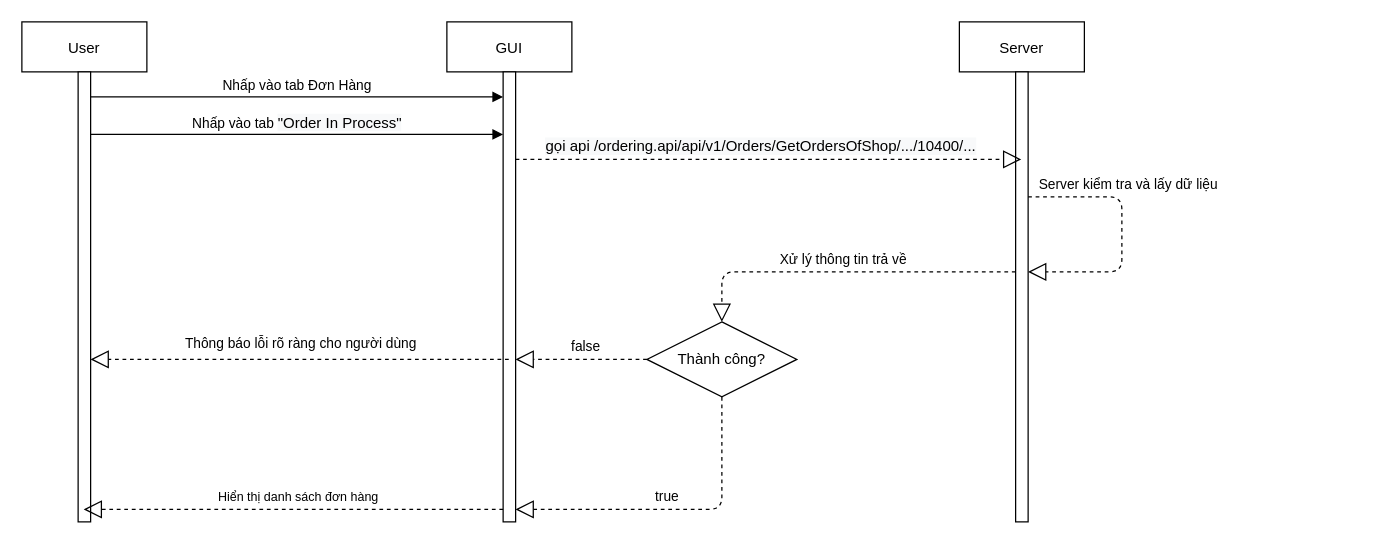
The draw.io diagram page "Order tabs" (2 of 4) of OrderManagement Diagram.drawio in Alars99/diagram, before the edit. Source tidied: cells renumbered, new cells numbered last; positions are measured from the earlier drawing's top-left corner, leaving out a move shared by most shapes. Both pictures are drawn from the tidied source at 125%, with x=0, y=0 at pixel (21, 21).
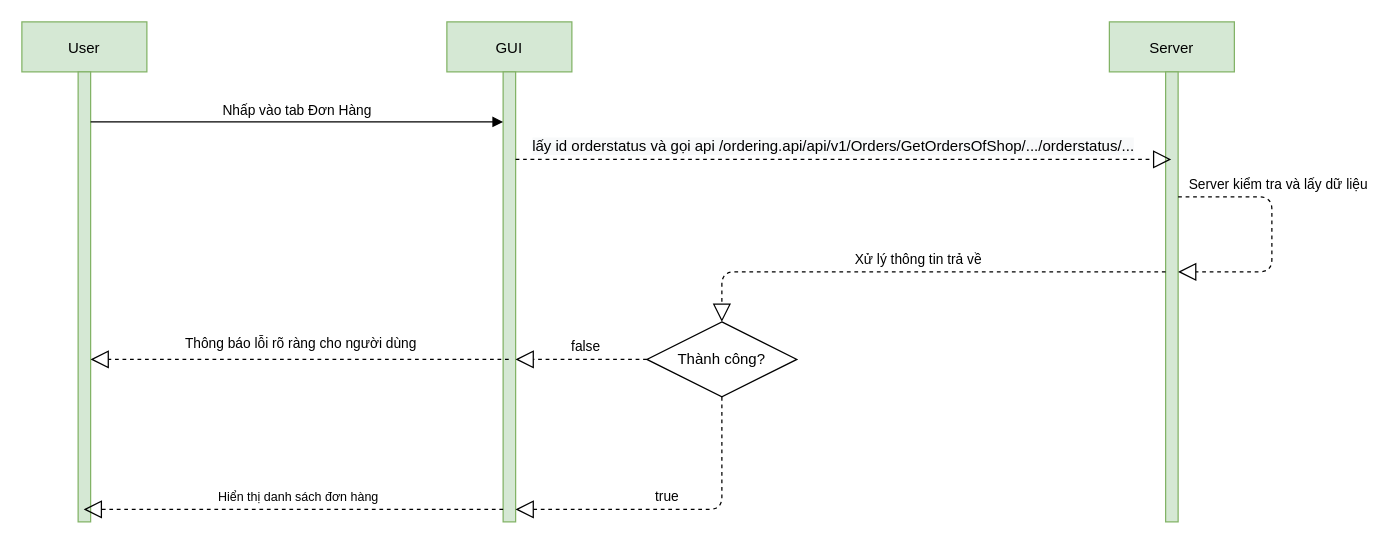
The same page after the edit.

Change to the diagram source:
```diff
@@
-    <mxCell id="2" value="User" style="shape=umlLifeline;perimeter=lifelinePerimeter;rounded=0;shadow=0;strokeWidth=1;" parent="1" vertex="1">
+    <mxCell id="2" value="User" style="shape=umlLifeline;perimeter=lifelinePerimeter;rounded=0;shadow=0;strokeWidth=1;fillColor=#d5e8d4;strokeColor=#82b366;" parent="1" vertex="1">
       <mxGeometry width="100" height="400" as="geometry" />
     </mxCell>
-    <mxCell id="3" style="points=[];perimeter=orthogonalPerimeter;rounded=0;shadow=0;strokeWidth=1;" parent="2" vertex="1">
+    <mxCell id="3" style="points=[];perimeter=orthogonalPerimeter;rounded=0;shadow=0;strokeWidth=1;fillColor=#d5e8d4;strokeColor=#82b366;" parent="2" vertex="1">
       <mxGeometry x="45" y="40" width="10" height="360" as="geometry" />
     </mxCell>
-    <mxCell id="4" value="GUI" style="shape=umlLifeline;perimeter=lifelinePerimeter;rounded=0;shadow=0;strokeWidth=1;" parent="1" vertex="1">
+    <mxCell id="4" value="GUI" style="shape=umlLifeline;perimeter=lifelinePerimeter;rounded=0;shadow=0;strokeWidth=1;fillColor=#d5e8d4;strokeColor=#82b366;" parent="1" vertex="1">
       <mxGeometry x="340" width="100" height="400" as="geometry" />
     </mxCell>
-    <mxCell id="5" style="points=[];perimeter=orthogonalPerimeter;rounded=0;shadow=0;strokeWidth=1;" parent="4" vertex="1">
+    <mxCell id="5" style="points=[];perimeter=orthogonalPerimeter;rounded=0;shadow=0;strokeWidth=1;fillColor=#d5e8d4;strokeColor=#82b366;" parent="4" vertex="1">
       <mxGeometry x="45" y="40" width="10" height="360" as="geometry" />
     </mxCell>
-    <mxCell id="6" value="Server" style="shape=umlLifeline;perimeter=lifelinePerimeter;rounded=0;shadow=0;strokeWidth=1;" parent="1" vertex="1">
-      <mxGeometry x="750" width="100" height="400" as="geometry" />
+    <mxCell id="6" value="Server" style="shape=umlLifeline;perimeter=lifelinePerimeter;rounded=0;shadow=0;strokeWidth=1;fillColor=#d5e8d4;strokeColor=#82b366;" parent="1" vertex="1">
+      <mxGeometry x="870" width="100" height="400" as="geometry" />
     </mxCell>
-    <mxCell id="7" style="points=[];perimeter=orthogonalPerimeter;rounded=0;shadow=0;strokeWidth=1;" parent="6" vertex="1">
+    <mxCell id="7" style="points=[];perimeter=orthogonalPerimeter;rounded=0;shadow=0;strokeWidth=1;fillColor=#d5e8d4;strokeColor=#82b366;" parent="6" vertex="1">
       <mxGeometry x="45" y="40" width="10" height="360" as="geometry" />
     </mxCell>
@@
     <mxCell id="9" value="Nhấp vào tab Đơn Hàng" style="html=1;verticalAlign=bottom;endArrow=block;" parent="1" edge="1" source="3" target="5">
       <mxGeometry relative="1" as="geometry">
         <Array as="points">
-          <mxPoint x="200" y="60" />
+          <mxPoint x="210" y="80" />
         </Array>
       </mxGeometry>
     </mxCell>
-    <mxCell id="10" value="&lt;span style=&quot;font-size: 12px ; background-color: rgb(248 , 249 , 250)&quot;&gt;gọi api /ordering.api/api/v1/Orders/GetOrdersOfShop/.../10400/...&lt;/span&gt;" style="endArrow=block;dashed=1;endFill=0;endSize=12;html=1;" parent="1" edge="1" source="5" target="6">
+    <mxCell id="10" value="&lt;span style=&quot;font-size: 12px ; background-color: rgb(248 , 249 , 250)&quot;&gt;lấy id orderstatus và gọi api /ordering.api/api/v1/Orders/GetOrdersOfShop/.../orderstatus/...&lt;/span&gt;" style="endArrow=block;dashed=1;endFill=0;endSize=12;html=1;" parent="1" edge="1" source="5" target="6">
       <mxGeometry x="-0.03" y="10" relative="1" as="geometry">
         <Array as="points">
           <mxPoint x="410" y="110" />
           <mxPoint x="490" y="110" />
         </Array>
       </mxGeometry>
     </mxCell>
@@
-    <mxCell id="17" value="Nhấp vào tab&amp;nbsp;&lt;span style=&quot;font-size: 12px ; background-color: rgb(248 , 249 , 250)&quot;&gt;&quot;Order In Process&quot;&lt;/span&gt;" style="html=1;verticalAlign=bottom;endArrow=block;" parent="1" edge="1" source="3" target="5">
-      <mxGeometry relative="1" as="geometry">
-        <Array as="points">
-          <mxPoint x="210" y="90" />
-        </Array>
-      </mxGeometry>
-    </mxCell>
```
